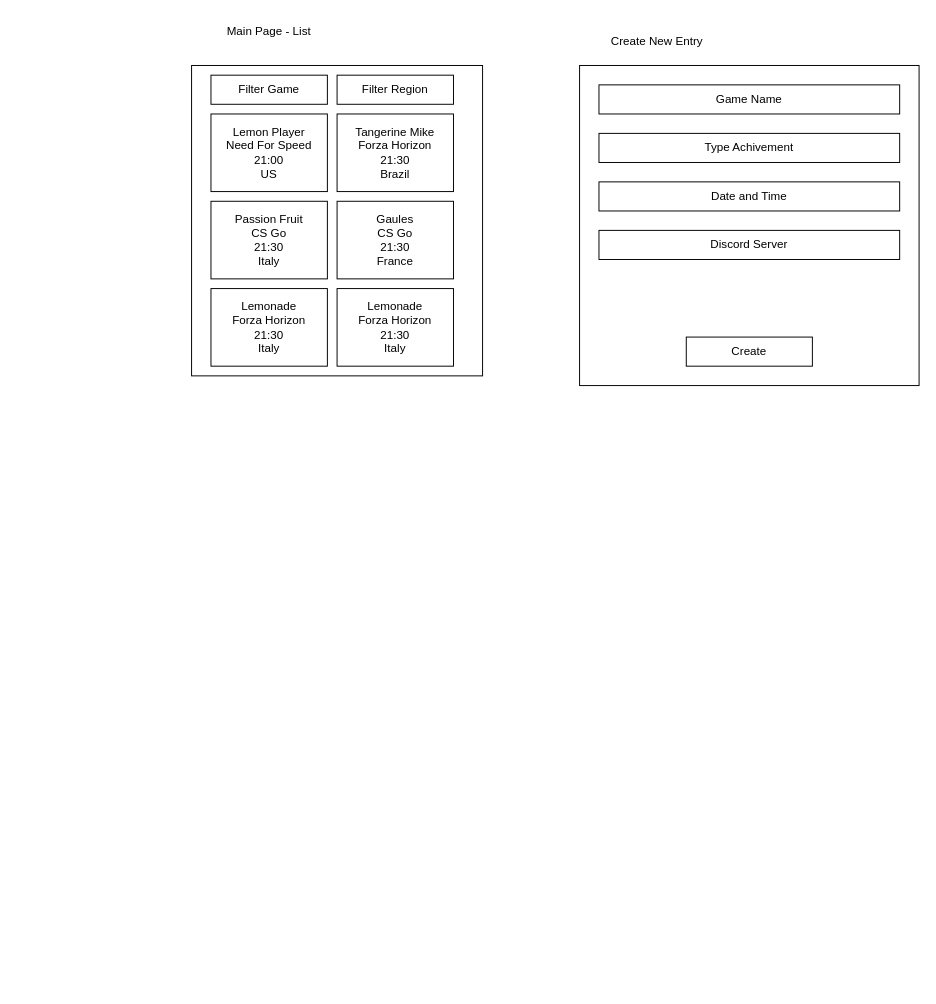
This is Untitled Diagram.drawio from ricardodemauro/20533-bfbiz, a draw.io file, before an edit. Source tidied: cells renumbered, new cells numbered last; positions are measured from the earlier drawing's top-left corner, leaving out a move shared by most shapes. Both pictures are drawn from the tidied source at 97%, with x=0, y=0 at pixel (191, 16).
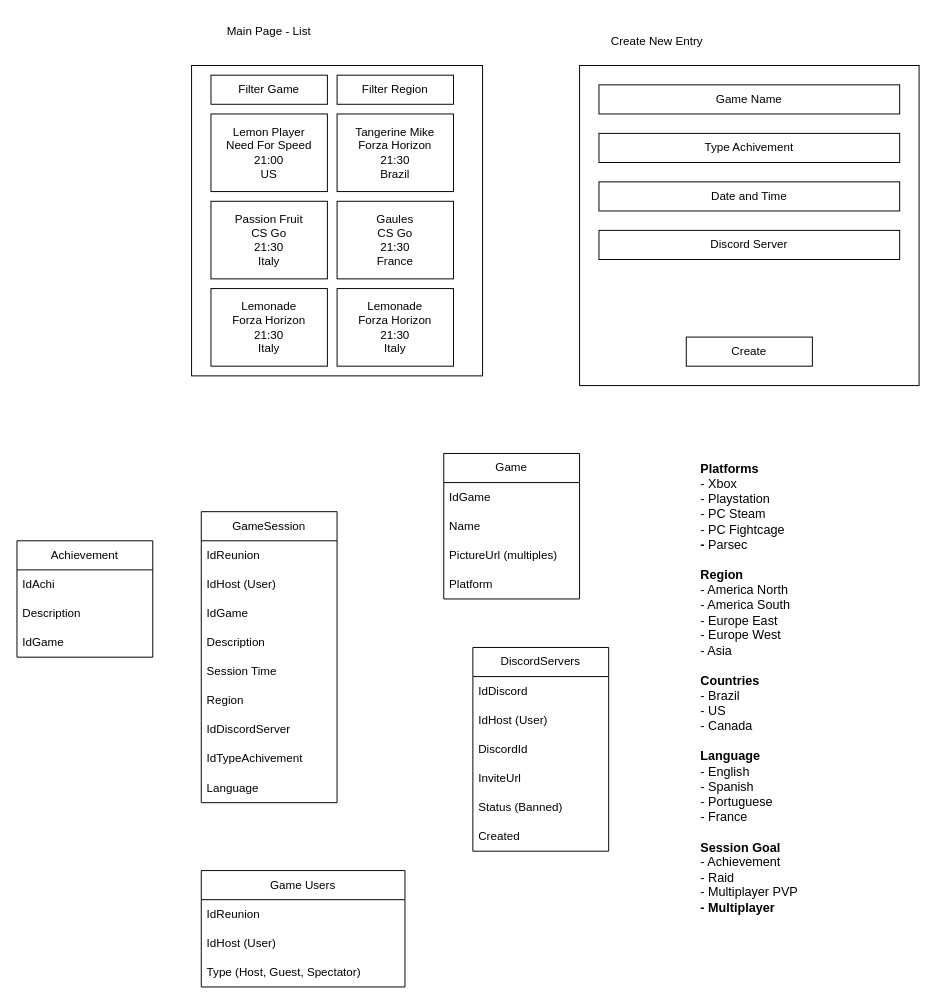
After the change.

Change to the diagram source:
```diff
@@
+    <mxCell id="19" value="GameSession" style="swimlane;fontStyle=0;horizontal=1;startSize=30;whiteSpace=wrap;html=1;" parent="1" vertex="1">
+      <mxGeometry x="10" y="510" width="140" height="300" as="geometry" />
+    </mxCell>
+    <mxCell id="20" value="IdReunion" style="text;strokeColor=none;fillColor=none;align=left;verticalAlign=middle;spacingLeft=4;spacingRight=4;overflow=hidden;whiteSpace=wrap;html=1;" parent="19" vertex="1">
+      <mxGeometry y="30" width="140" height="30" as="geometry" />
+    </mxCell>
+    <mxCell id="21" value="IdHost (User)" style="text;strokeColor=none;fillColor=none;align=left;verticalAlign=middle;spacingLeft=4;spacingRight=4;overflow=hidden;whiteSpace=wrap;html=1;" parent="19" vertex="1">
+      <mxGeometry y="60" width="140" height="30" as="geometry" />
+    </mxCell>
+    <mxCell id="22" value="IdGame" style="text;strokeColor=none;fillColor=none;align=left;verticalAlign=middle;spacingLeft=4;spacingRight=4;overflow=hidden;whiteSpace=wrap;html=1;" parent="19" vertex="1">
+      <mxGeometry y="90" width="140" height="30" as="geometry" />
+    </mxCell>
+    <mxCell id="23" value="Description" style="text;strokeColor=none;fillColor=none;align=left;verticalAlign=middle;spacingLeft=4;spacingRight=4;overflow=hidden;whiteSpace=wrap;html=1;" parent="19" vertex="1">
+      <mxGeometry y="120" width="140" height="30" as="geometry" />
+    </mxCell>
+    <mxCell id="24" value="Session Time" style="text;strokeColor=none;fillColor=none;align=left;verticalAlign=middle;spacingLeft=4;spacingRight=4;overflow=hidden;whiteSpace=wrap;html=1;" parent="19" vertex="1">
+      <mxGeometry y="150" width="140" height="30" as="geometry" />
+    </mxCell>
+    <mxCell id="25" value="Region" style="text;strokeColor=none;fillColor=none;align=left;verticalAlign=middle;spacingLeft=4;spacingRight=4;overflow=hidden;whiteSpace=wrap;html=1;" parent="19" vertex="1">
+      <mxGeometry y="180" width="140" height="30" as="geometry" />
+    </mxCell>
+    <mxCell id="26" value="IdDiscordServer" style="text;strokeColor=none;fillColor=none;align=left;verticalAlign=middle;spacingLeft=4;spacingRight=4;overflow=hidden;whiteSpace=wrap;html=1;" parent="19" vertex="1">
+      <mxGeometry y="210" width="140" height="30" as="geometry" />
+    </mxCell>
+    <mxCell id="27" value="IdTypeAchivement" style="text;strokeColor=none;fillColor=none;align=left;verticalAlign=middle;spacingLeft=4;spacingRight=4;overflow=hidden;whiteSpace=wrap;html=1;" parent="19" vertex="1">
+      <mxGeometry y="240" width="140" height="30" as="geometry" />
+    </mxCell>
+    <mxCell id="28" value="Language" style="text;strokeColor=none;fillColor=none;align=left;verticalAlign=middle;spacingLeft=4;spacingRight=4;overflow=hidden;whiteSpace=wrap;html=1;" parent="19" vertex="1">
+      <mxGeometry y="270" width="140" height="30" as="geometry" />
+    </mxCell>
+    <mxCell id="29" value="Game" style="swimlane;fontStyle=0;horizontal=1;startSize=30;whiteSpace=wrap;html=1;" parent="1" vertex="1">
+      <mxGeometry x="260" y="450" width="140" height="150" as="geometry" />
+    </mxCell>
+    <mxCell id="30" value="IdGame" style="text;strokeColor=none;fillColor=none;align=left;verticalAlign=middle;spacingLeft=4;spacingRight=4;overflow=hidden;whiteSpace=wrap;html=1;" parent="29" vertex="1">
+      <mxGeometry y="30" width="140" height="30" as="geometry" />
+    </mxCell>
+    <mxCell id="31" value="Name" style="text;strokeColor=none;fillColor=none;align=left;verticalAlign=middle;spacingLeft=4;spacingRight=4;overflow=hidden;whiteSpace=wrap;html=1;" parent="29" vertex="1">
+      <mxGeometry y="60" width="140" height="30" as="geometry" />
+    </mxCell>
+    <mxCell id="32" value="PictureUrl (multiples)" style="text;strokeColor=none;fillColor=none;align=left;verticalAlign=middle;spacingLeft=4;spacingRight=4;overflow=hidden;whiteSpace=wrap;html=1;" parent="29" vertex="1">
+      <mxGeometry y="90" width="140" height="30" as="geometry" />
+    </mxCell>
+    <mxCell id="33" value="Platform" style="text;strokeColor=none;fillColor=none;align=left;verticalAlign=middle;spacingLeft=4;spacingRight=4;overflow=hidden;whiteSpace=wrap;html=1;" parent="29" vertex="1">
+      <mxGeometry y="120" width="140" height="30" as="geometry" />
+    </mxCell>
+    <mxCell id="34" value="DiscordServers" style="swimlane;fontStyle=0;horizontal=1;startSize=30;whiteSpace=wrap;html=1;" parent="1" vertex="1">
+      <mxGeometry x="290" y="650" width="140" height="210" as="geometry" />
+    </mxCell>
+    <mxCell id="35" value="IdDiscord" style="text;strokeColor=none;fillColor=none;align=left;verticalAlign=middle;spacingLeft=4;spacingRight=4;overflow=hidden;whiteSpace=wrap;html=1;" parent="34" vertex="1">
+      <mxGeometry y="30" width="140" height="30" as="geometry" />
+    </mxCell>
+    <mxCell id="36" value="IdHost (User)" style="text;strokeColor=none;fillColor=none;align=left;verticalAlign=middle;spacingLeft=4;spacingRight=4;overflow=hidden;whiteSpace=wrap;html=1;" parent="34" vertex="1">
+      <mxGeometry y="60" width="140" height="30" as="geometry" />
+    </mxCell>
+    <mxCell id="37" value="DiscordId" style="text;strokeColor=none;fillColor=none;align=left;verticalAlign=middle;spacingLeft=4;spacingRight=4;overflow=hidden;whiteSpace=wrap;html=1;" parent="34" vertex="1">
+      <mxGeometry y="90" width="140" height="30" as="geometry" />
+    </mxCell>
+    <mxCell id="38" value="InviteUrl" style="text;strokeColor=none;fillColor=none;align=left;verticalAlign=middle;spacingLeft=4;spacingRight=4;overflow=hidden;whiteSpace=wrap;html=1;" parent="34" vertex="1">
+      <mxGeometry y="120" width="140" height="30" as="geometry" />
+    </mxCell>
+    <mxCell id="39" value="Status (Banned)" style="text;strokeColor=none;fillColor=none;align=left;verticalAlign=middle;spacingLeft=4;spacingRight=4;overflow=hidden;whiteSpace=wrap;html=1;" parent="34" vertex="1">
+      <mxGeometry y="150" width="140" height="30" as="geometry" />
+    </mxCell>
+    <mxCell id="40" value="Created" style="text;strokeColor=none;fillColor=none;align=left;verticalAlign=middle;spacingLeft=4;spacingRight=4;overflow=hidden;whiteSpace=wrap;html=1;" parent="34" vertex="1">
+      <mxGeometry y="180" width="140" height="30" as="geometry" />
+    </mxCell>
+    <mxCell id="41" value="&lt;h1 style=&quot;font-size: 13px;&quot;&gt;Platforms&lt;br&gt;&lt;span style=&quot;font-weight: normal;&quot;&gt;- Xbox&lt;/span&gt;&lt;br&gt;&lt;span style=&quot;font-weight: normal;&quot;&gt;- Playstation&lt;/span&gt;&lt;br&gt;&lt;span style=&quot;font-weight: normal;&quot;&gt;- PC Steam&lt;/span&gt;&lt;br&gt;&lt;span style=&quot;font-weight: normal;&quot;&gt;- PC Fightcage&lt;/span&gt;&lt;br&gt;- &lt;span style=&quot;font-weight: normal;&quot;&gt;Parsec&lt;/span&gt;&lt;br&gt;&lt;br&gt;Region&lt;br&gt;&lt;span style=&quot;font-weight: normal;&quot;&gt;- America North&lt;/span&gt;&lt;br&gt;&lt;span style=&quot;font-weight: normal;&quot;&gt;- America South&lt;/span&gt;&lt;br&gt;&lt;span style=&quot;font-weight: normal;&quot;&gt;- Europe East&lt;/span&gt;&lt;br&gt;&lt;span style=&quot;font-weight: normal;&quot;&gt;- Europe West&lt;/span&gt;&lt;br&gt;&lt;span style=&quot;font-weight: normal;&quot;&gt;- Asia&lt;/span&gt;&lt;br&gt;&lt;br&gt;Countries&lt;br&gt;&lt;span style=&quot;font-weight: normal;&quot;&gt;- Brazil&lt;/span&gt;&lt;br&gt;&lt;span style=&quot;font-weight: normal;&quot;&gt;- US&lt;/span&gt;&lt;br&gt;&lt;span style=&quot;font-weight: normal;&quot;&gt;- Canada&lt;/span&gt;&lt;br&gt;&lt;br&gt;Language&lt;br&gt;&lt;span style=&quot;font-weight: normal;&quot;&gt;- English&lt;/span&gt;&lt;br&gt;&lt;span style=&quot;font-weight: normal;&quot;&gt;- Spanish&lt;/span&gt;&lt;br&gt;&lt;span style=&quot;font-weight: normal;&quot;&gt;- Portuguese&lt;/span&gt;&lt;br&gt;&lt;span style=&quot;font-weight: normal;&quot;&gt;- France&lt;/span&gt;&lt;br&gt;&lt;br&gt;Session Goal&lt;br&gt;&lt;span style=&quot;font-weight: normal;&quot;&gt;- Achievement&lt;/span&gt;&lt;br&gt;&lt;span style=&quot;font-weight: normal;&quot;&gt;- Raid&lt;/span&gt;&lt;br&gt;&lt;span style=&quot;font-weight: normal;&quot;&gt;- Multiplayer PVP&lt;/span&gt;&lt;br&gt;- Multiplayer&lt;/h1&gt;" style="text;html=1;strokeColor=none;fillColor=none;spacing=5;spacingTop=-20;whiteSpace=wrap;overflow=hidden;rounded=0;" parent="1" vertex="1">
+      <mxGeometry x="520" y="460" width="190" height="500" as="geometry" />
+    </mxCell>
+    <mxCell id="42" value="Game Users" style="swimlane;fontStyle=0;horizontal=1;startSize=30;whiteSpace=wrap;html=1;" parent="1" vertex="1">
+      <mxGeometry x="10" y="880" width="210" height="120" as="geometry" />
+    </mxCell>
+    <mxCell id="43" value="IdReunion" style="text;strokeColor=none;fillColor=none;align=left;verticalAlign=middle;spacingLeft=4;spacingRight=4;overflow=hidden;whiteSpace=wrap;html=1;" parent="42" vertex="1">
+      <mxGeometry y="30" width="210" height="30" as="geometry" />
+    </mxCell>
+    <mxCell id="44" value="IdHost (User)" style="text;strokeColor=none;fillColor=none;align=left;verticalAlign=middle;spacingLeft=4;spacingRight=4;overflow=hidden;whiteSpace=wrap;html=1;" parent="42" vertex="1">
+      <mxGeometry y="60" width="210" height="30" as="geometry" />
+    </mxCell>
+    <mxCell id="45" value="Type (Host, Guest, Spectator)" style="text;strokeColor=none;fillColor=none;align=left;verticalAlign=middle;spacingLeft=4;spacingRight=4;overflow=hidden;whiteSpace=wrap;html=1;" parent="42" vertex="1">
+      <mxGeometry y="90" width="210" height="30" as="geometry" />
+    </mxCell>
+    <mxCell id="46" value="Achievement" style="swimlane;fontStyle=0;horizontal=1;startSize=30;whiteSpace=wrap;html=1;" parent="1" vertex="1">
+      <mxGeometry x="-180" y="540" width="140" height="120" as="geometry" />
+    </mxCell>
+    <mxCell id="47" value="IdAchi" style="text;strokeColor=none;fillColor=none;align=left;verticalAlign=middle;spacingLeft=4;spacingRight=4;overflow=hidden;whiteSpace=wrap;html=1;" parent="46" vertex="1">
+      <mxGeometry y="30" width="140" height="30" as="geometry" />
+    </mxCell>
+    <mxCell id="48" value="Description" style="text;strokeColor=none;fillColor=none;align=left;verticalAlign=middle;spacingLeft=4;spacingRight=4;overflow=hidden;whiteSpace=wrap;html=1;" parent="46" vertex="1">
+      <mxGeometry y="60" width="140" height="30" as="geometry" />
+    </mxCell>
+    <mxCell id="49" value="IdGame" style="text;strokeColor=none;fillColor=none;align=left;verticalAlign=middle;spacingLeft=4;spacingRight=4;overflow=hidden;whiteSpace=wrap;html=1;" parent="46" vertex="1">
+      <mxGeometry y="90" width="140" height="30" as="geometry" />
+    </mxCell>
```
